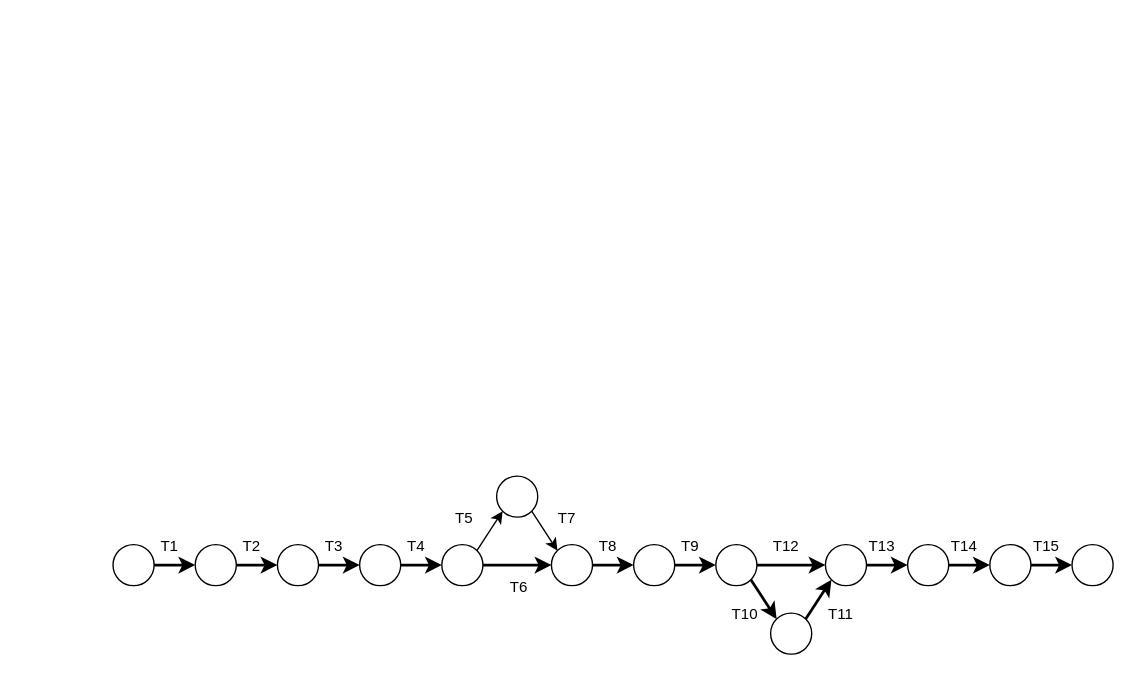
Valetoriy/7 keeps this draw.io diagram as piaps/p4.drawio. Above is the earlier version. Source tidied: cells renumbered, new cells numbered last; positions are measured from the earlier drawing's top-left corner, leaving out a move shared by most shapes. Both pictures are drawn from the tidied source at 137%, with x=0, y=0 at pixel (112, 475).
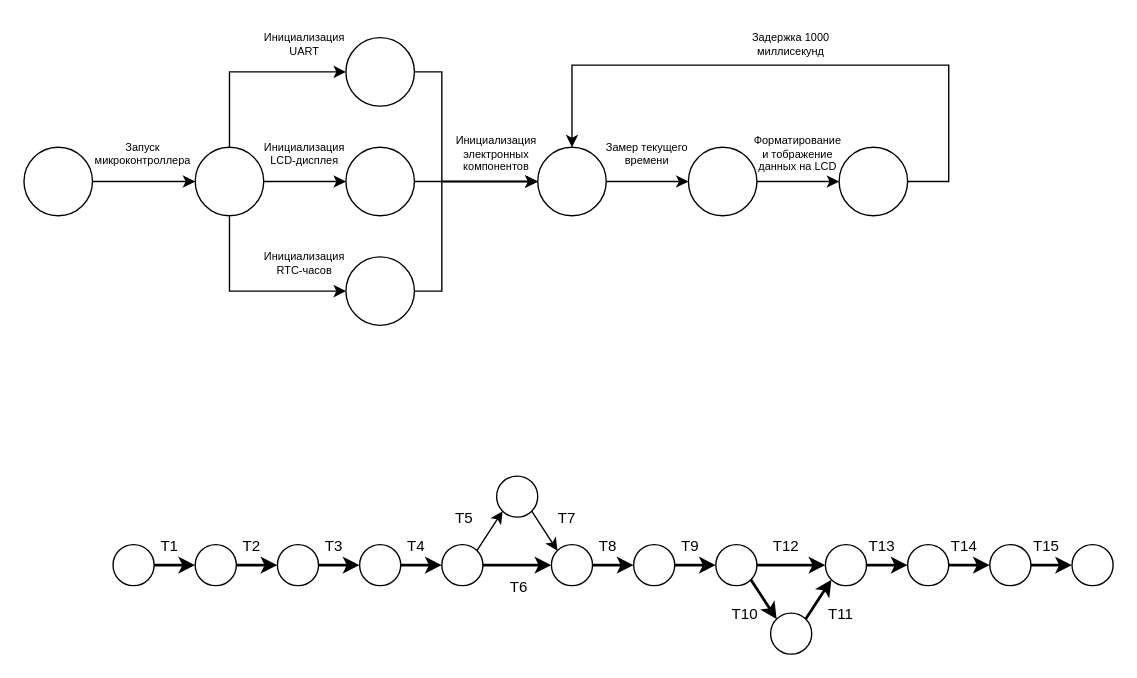
After the change.

Change to the diagram source:
```diff
@@
+    <mxCell id="46" style="edgeStyle=orthogonalEdgeStyle;rounded=0;jettySize=auto;html=1;exitX=1;exitY=0.5;exitDx=0;exitDy=0;entryX=0;entryY=0.5;entryDx=0;entryDy=0;" parent="1" edge="1" source="47" target="51">
+      <mxGeometry relative="1" as="geometry" />
+    </mxCell>
+    <mxCell id="47" style="ellipse;whiteSpace=wrap;html=1;" parent="1" vertex="1">
+      <mxGeometry x="-65" y="-240" width="50" height="50" as="geometry" />
+    </mxCell>
+    <mxCell id="48" style="edgeStyle=orthogonalEdgeStyle;rounded=0;jettySize=auto;html=1;exitX=0.5;exitY=0;exitDx=0;exitDy=0;entryX=0;entryY=0.5;entryDx=0;entryDy=0;" parent="1" edge="1" source="51" target="53">
+      <mxGeometry relative="1" as="geometry" />
+    </mxCell>
+    <mxCell id="49" style="edgeStyle=orthogonalEdgeStyle;rounded=0;jettySize=auto;html=1;exitX=1;exitY=0.5;exitDx=0;exitDy=0;entryX=0;entryY=0.5;entryDx=0;entryDy=0;" parent="1" edge="1" source="51" target="55">
+      <mxGeometry relative="1" as="geometry" />
+    </mxCell>
+    <mxCell id="50" style="edgeStyle=orthogonalEdgeStyle;rounded=0;jettySize=auto;html=1;exitX=0.5;exitY=1;exitDx=0;exitDy=0;entryX=0;entryY=0.5;entryDx=0;entryDy=0;" parent="1" edge="1" source="51" target="57">
+      <mxGeometry relative="1" as="geometry" />
+    </mxCell>
+    <mxCell id="51" style="ellipse;whiteSpace=wrap;html=1;" parent="1" vertex="1">
+      <mxGeometry x="60" y="-240" width="50" height="50" as="geometry" />
+    </mxCell>
+    <mxCell id="52" value="&lt;font style=&quot;font-size: 8px;&quot;&gt;Запуск&lt;/font&gt;&lt;div style=&quot;font-size: 8px;&quot;&gt;&lt;font style=&quot;font-size: 8px;&quot;&gt;микроконтроллера&lt;/font&gt;&lt;/div&gt;" style="text;html=1;align=center;verticalAlign=middle;whiteSpace=wrap;rounded=0;fontSize=8;spacing=0;" parent="1" vertex="1">
+      <mxGeometry x="-8" y="-250" width="60" height="30" as="geometry" />
+    </mxCell>
+    <mxCell id="53" style="ellipse;whiteSpace=wrap;html=1;" parent="1" vertex="1">
+      <mxGeometry x="170" y="-320" width="50" height="50" as="geometry" />
+    </mxCell>
+    <mxCell id="54" style="edgeStyle=orthogonalEdgeStyle;rounded=0;jettySize=auto;html=1;exitX=1;exitY=0.5;exitDx=0;exitDy=0;entryX=0;entryY=0.5;entryDx=0;entryDy=0;" parent="1" edge="1" source="55" target="62">
+      <mxGeometry relative="1" as="geometry" />
+    </mxCell>
+    <mxCell id="55" style="ellipse;whiteSpace=wrap;html=1;" parent="1" vertex="1">
+      <mxGeometry x="170" y="-240" width="50" height="50" as="geometry" />
+    </mxCell>
+    <mxCell id="56" style="edgeStyle=orthogonalEdgeStyle;rounded=0;jettySize=auto;html=1;exitX=1;exitY=0.5;exitDx=0;exitDy=0;entryX=0;entryY=0.5;entryDx=0;entryDy=0;" parent="1" edge="1" source="57" target="62">
+      <mxGeometry relative="1" as="geometry">
+        <Array as="points">
+          <mxPoint x="240" y="-135" />
+          <mxPoint x="240" y="-215" />
+        </Array>
+      </mxGeometry>
+    </mxCell>
+    <mxCell id="57" style="ellipse;whiteSpace=wrap;html=1;" parent="1" vertex="1">
+      <mxGeometry x="170" y="-160" width="50" height="50" as="geometry" />
+    </mxCell>
+    <mxCell id="58" value="Инициализация UART" style="text;html=1;align=center;verticalAlign=middle;whiteSpace=wrap;rounded=0;fontSize=8;spacing=0;" parent="1" vertex="1">
+      <mxGeometry x="110" y="-330" width="60" height="30" as="geometry" />
+    </mxCell>
+    <mxCell id="59" value="Инициализация LCD-дисплея" style="text;html=1;align=center;verticalAlign=middle;whiteSpace=wrap;rounded=0;fontSize=8;spacing=0;" parent="1" vertex="1">
+      <mxGeometry x="110" y="-250" width="60" height="30" as="geometry" />
+    </mxCell>
+    <mxCell id="60" value="Инициализация RTC-часов" style="text;html=1;align=center;verticalAlign=middle;whiteSpace=wrap;rounded=0;fontSize=8;spacing=0;" parent="1" vertex="1">
+      <mxGeometry x="110" y="-170" width="60" height="30" as="geometry" />
+    </mxCell>
+    <mxCell id="61" style="edgeStyle=orthogonalEdgeStyle;rounded=0;jettySize=auto;html=1;exitX=1;exitY=0.5;exitDx=0;exitDy=0;entryX=0;entryY=0.5;entryDx=0;entryDy=0;" parent="1" edge="1" source="62" target="66">
+      <mxGeometry relative="1" as="geometry" />
+    </mxCell>
+    <mxCell id="62" style="ellipse;whiteSpace=wrap;html=1;" parent="1" vertex="1">
+      <mxGeometry x="310" y="-240" width="50" height="50" as="geometry" />
+    </mxCell>
+    <mxCell id="63" style="edgeStyle=orthogonalEdgeStyle;rounded=0;jettySize=auto;html=1;exitX=1;exitY=0.5;exitDx=0;exitDy=0;entryX=0;entryY=0.5;entryDx=0;entryDy=0;" parent="1" edge="1" source="53" target="62">
+      <mxGeometry relative="1" as="geometry">
+        <Array as="points">
+          <mxPoint x="240" y="-295" />
+          <mxPoint x="240" y="-215" />
+        </Array>
+      </mxGeometry>
+    </mxCell>
+    <mxCell id="64" value="Инициализация электронных компонентов" style="text;html=1;align=center;verticalAlign=middle;whiteSpace=wrap;rounded=0;fontSize=8;spacing=0;" parent="1" vertex="1">
+      <mxGeometry x="250" y="-250" width="60" height="30" as="geometry" />
+    </mxCell>
+    <mxCell id="65" style="edgeStyle=orthogonalEdgeStyle;rounded=0;jettySize=auto;html=1;exitX=1;exitY=0.5;exitDx=0;exitDy=0;entryX=0;entryY=0.5;entryDx=0;entryDy=0;" parent="1" edge="1" source="66" target="67">
+      <mxGeometry relative="1" as="geometry" />
+    </mxCell>
+    <mxCell id="66" style="ellipse;whiteSpace=wrap;html=1;" parent="1" vertex="1">
+      <mxGeometry x="420" y="-240" width="50" height="50" as="geometry" />
+    </mxCell>
+    <mxCell id="67" style="ellipse;whiteSpace=wrap;html=1;" parent="1" vertex="1">
+      <mxGeometry x="530" y="-240" width="50" height="50" as="geometry" />
+    </mxCell>
+    <mxCell id="68" style="edgeStyle=orthogonalEdgeStyle;rounded=0;jettySize=auto;html=1;exitX=1;exitY=0.5;exitDx=0;exitDy=0;entryX=0.5;entryY=0;entryDx=0;entryDy=0;" parent="1" edge="1" source="67" target="62">
+      <mxGeometry relative="1" as="geometry">
+        <Array as="points">
+          <mxPoint x="610" y="-215" />
+          <mxPoint x="610" y="-300" />
+          <mxPoint x="335" y="-300" />
+        </Array>
+      </mxGeometry>
+    </mxCell>
+    <mxCell id="69" value="Замер текущего времени" style="text;html=1;align=center;verticalAlign=middle;whiteSpace=wrap;rounded=0;fontSize=8;spacing=0;" parent="1" vertex="1">
+      <mxGeometry x="360" y="-250" width="60" height="30" as="geometry" />
+    </mxCell>
+    <mxCell id="70" value="Форматирование и тображение данных на LCD" style="text;html=1;align=center;verticalAlign=middle;whiteSpace=wrap;rounded=0;fontSize=8;spacing=0;" parent="1" vertex="1">
+      <mxGeometry x="470" y="-250" width="60" height="30" as="geometry" />
+    </mxCell>
+    <mxCell id="71" value="Задержка 1000 миллисекунд" style="text;html=1;align=center;verticalAlign=middle;whiteSpace=wrap;rounded=0;fontSize=8;spacing=0;" parent="1" vertex="1">
+      <mxGeometry x="465" y="-330" width="60" height="30" as="geometry" />
+    </mxCell>
```
